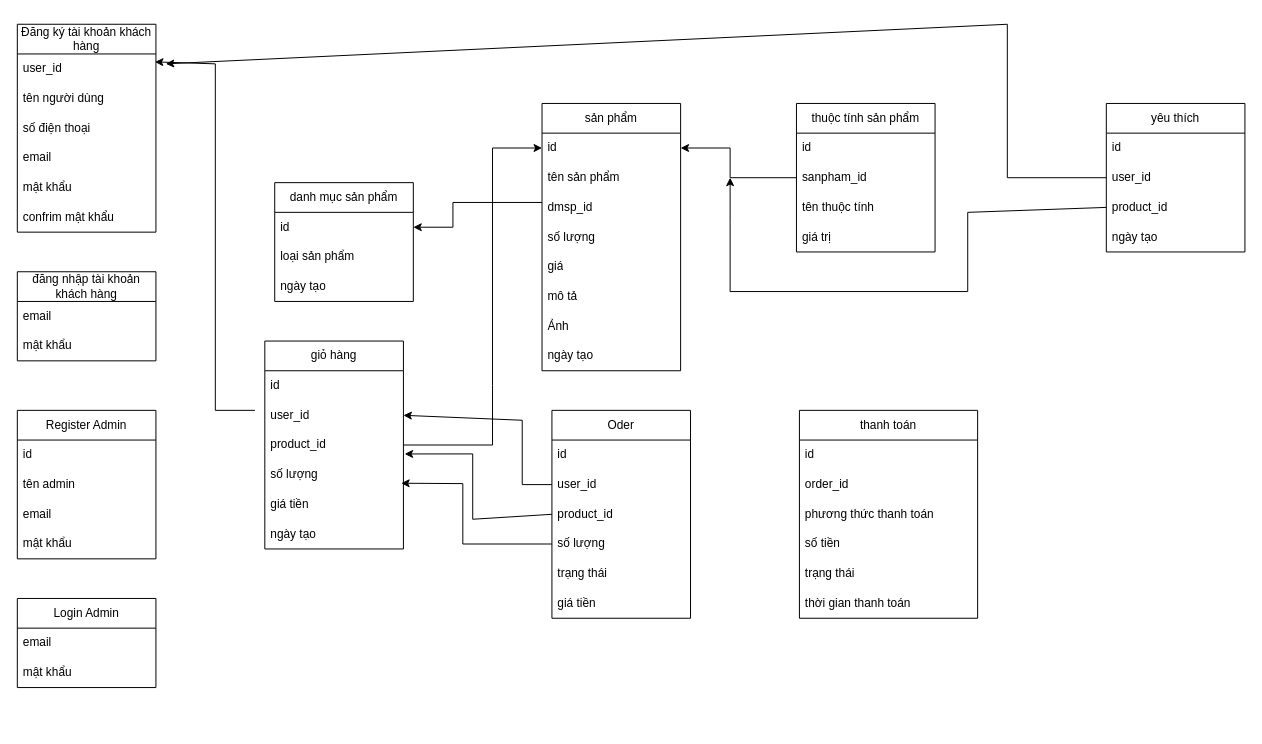
vuongnd03/black-had keeps this draw.io diagram as CsdlMobile_ecommerce.drawio. Above is the earlier version. Source tidied: cells renumbered, new cells numbered last; positions are measured from the earlier drawing's top-left corner, leaving out a move shared by most shapes. Both pictures are drawn from the tidied source at 99%, with x=0, y=0 at pixel (17, 24).
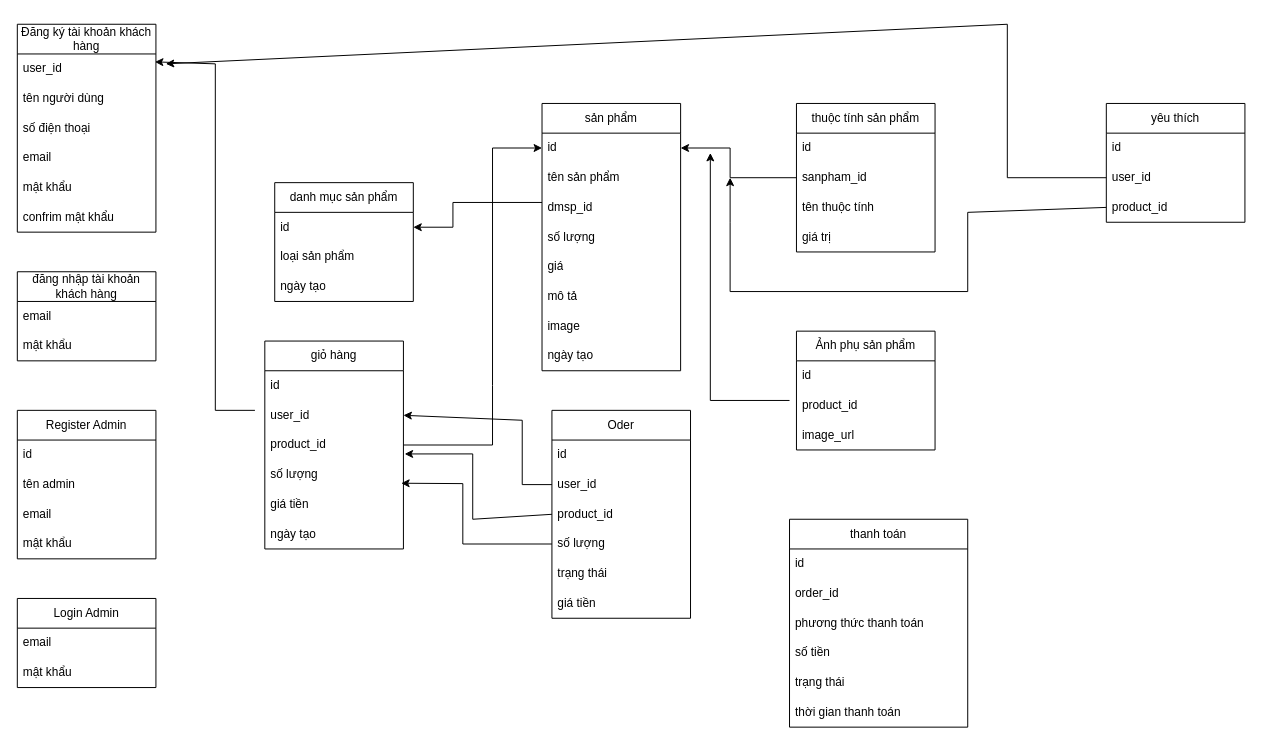
The same diagram, later.

Commit message:
Cập nhật CsdlMobile_ecommerce.drawio

Unchanged cells that the change refers to:
```xml
<mxCell id="21" value="sản phẩm" style="swimlane;fontStyle=0;horizontal=1;startSize=30;whiteSpace=wrap;html=1;" parent="1" vertex="1">
  <mxGeometry x="530" y="80" width="140" height="270" as="geometry" />
</mxCell>
```

The edit, as a diff of the source:
```diff
@@
-    <mxCell id="28" value="Ảnh" style="text;strokeColor=none;fillColor=none;align=left;verticalAlign=middle;spacingLeft=4;spacingRight=4;overflow=hidden;whiteSpace=wrap;html=1;" parent="21" vertex="1">
+    <mxCell id="28" value="image" style="text;strokeColor=none;fillColor=none;align=left;verticalAlign=middle;spacingLeft=4;spacingRight=4;overflow=hidden;whiteSpace=wrap;html=1;" parent="21" vertex="1">
       <mxGeometry y="210" width="140" height="30" as="geometry" />
     </mxCell>
@@
     <mxCell id="56" value="yêu thích" style="swimlane;fontStyle=0;horizontal=1;startSize=30;whiteSpace=wrap;html=1;" parent="1" vertex="1">
-      <mxGeometry x="1100" y="80" width="140" height="150" as="geometry" />
+      <mxGeometry x="1100" y="80" width="140" height="120" as="geometry" />
     </mxCell>
@@
-    <mxCell id="60" value="ngày tạo" style="text;strokeColor=none;fillColor=none;align=left;verticalAlign=middle;spacingLeft=4;spacingRight=4;overflow=hidden;whiteSpace=wrap;html=1;" parent="56" vertex="1">
-      <mxGeometry y="120" width="140" height="30" as="geometry" />
-    </mxCell>
@@
     <mxCell id="63" value="thanh toán" style="swimlane;fontStyle=0;horizontal=1;startSize=30;whiteSpace=wrap;html=1;" parent="1" vertex="1">
-      <mxGeometry x="790" y="390" width="180" height="210" as="geometry" />
+      <mxGeometry x="780" y="500" width="180" height="210" as="geometry" />
     </mxCell>
@@
+    <mxCell id="73" value="Ảnh phụ sản phẩm" style="swimlane;fontStyle=0;horizontal=1;startSize=30;whiteSpace=wrap;html=1;" parent="1" vertex="1">
+      <mxGeometry x="787" y="310" width="140" height="120" as="geometry" />
+    </mxCell>
+    <mxCell id="74" value="id" style="text;strokeColor=none;fillColor=none;align=left;verticalAlign=middle;spacingLeft=4;spacingRight=4;overflow=hidden;whiteSpace=wrap;html=1;" parent="73" vertex="1">
+      <mxGeometry y="30" width="140" height="30" as="geometry" />
+    </mxCell>
+    <mxCell id="75" value="product_id" style="text;strokeColor=none;fillColor=none;align=left;verticalAlign=middle;spacingLeft=4;spacingRight=4;overflow=hidden;whiteSpace=wrap;html=1;" parent="73" vertex="1">
+      <mxGeometry y="60" width="140" height="30" as="geometry" />
+    </mxCell>
+    <mxCell id="76" value="image_url" style="text;strokeColor=none;fillColor=none;align=left;verticalAlign=middle;spacingLeft=4;spacingRight=4;overflow=hidden;whiteSpace=wrap;html=1;" parent="73" vertex="1">
+      <mxGeometry y="90" width="140" height="30" as="geometry" />
+    </mxCell>
+    <mxCell id="77" style="endArrow=classic;html=1;rounded=0;" parent="1" edge="1">
+      <mxGeometry relative="1" as="geometry">
+        <mxPoint x="780" y="380" as="sourcePoint" />
+        <mxPoint x="700" y="130" as="targetPoint" />
+        <Array as="points">
+          <mxPoint x="700" y="380" />
+        </Array>
+      </mxGeometry>
+    </mxCell>
```
